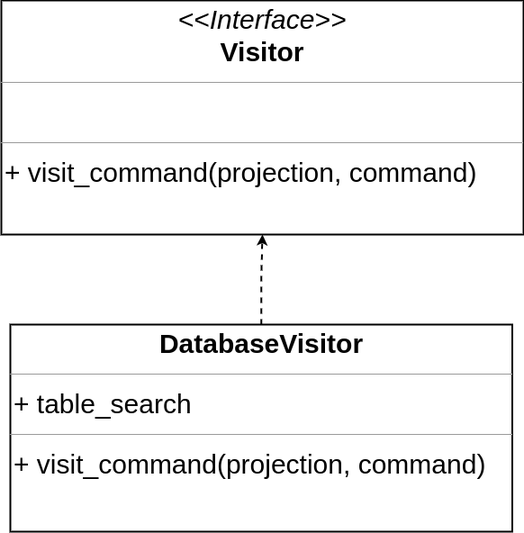
Earlier version of the draw.io export docs/visitor_architecture.png (BrizaMel/MAC0332). Source tidied: cells renumbered, new cells last; positions are measured from the earlier drawing's top-left corner, leaving out a move shared by most shapes. Its diagram source:
```xml
<mxGraphModel>
  <root>
    <mxCell id="0" />
    <mxCell id="1" parent="0" />
    <mxCell id="2" value="&lt;p style=&quot;margin: 4px 0px 0px; text-align: center; font-size: 30px;&quot;&gt;&lt;font style=&quot;font-size: 30px;&quot;&gt;&lt;i style=&quot;&quot;&gt;&amp;lt;&amp;lt;Interface&amp;gt;&amp;gt;&lt;/i&gt;&lt;br&gt;&lt;b&gt;Visitor&lt;/b&gt;&lt;/font&gt;&lt;/p&gt;&lt;hr style=&quot;font-size: 30px;&quot; size=&quot;1&quot;&gt;&lt;p style=&quot;margin: 0px 0px 0px 4px; font-size: 30px;&quot;&gt;&lt;font style=&quot;font-size: 30px;&quot;&gt;&lt;br&gt;&lt;/font&gt;&lt;/p&gt;&lt;hr style=&quot;font-size: 30px;&quot; size=&quot;1&quot;&gt;&lt;p style=&quot;margin: 0px 0px 0px 4px; font-size: 30px;&quot;&gt;+ visit_command(projection, command)&lt;/p&gt;" style="verticalAlign=top;align=left;overflow=fill;fontSize=12;fontFamily=Helvetica;html=1;whiteSpace=wrap;strokeWidth=2;" parent="1" vertex="1">
      <mxGeometry width="580" height="260" as="geometry" />
    </mxCell>
    <mxCell id="3" style="edgeStyle=orthogonalEdgeStyle;rounded=0;jettySize=auto;html=1;exitX=0.5;exitY=0;exitDx=0;exitDy=0;entryX=0.5;entryY=1;entryDx=0;entryDy=0;dashed=1;strokeWidth=2;" parent="1" edge="1" source="4" target="2">
      <mxGeometry relative="1" as="geometry" />
    </mxCell>
    <mxCell id="4" value="&lt;p style=&quot;margin: 4px 0px 0px; text-align: center; font-size: 30px;&quot;&gt;&lt;b&gt;DatabaseVisitor&lt;/b&gt;&lt;/p&gt;&lt;hr style=&quot;font-size: 30px;&quot; size=&quot;1&quot;&gt;&lt;p style=&quot;margin: 0px 0px 0px 4px; font-size: 30px;&quot;&gt;+ table_search&lt;/p&gt;&lt;hr style=&quot;font-size: 30px;&quot; size=&quot;1&quot;&gt;&lt;p style=&quot;border-color: var(--border-color); margin: 0px 0px 0px 4px; font-size: 30px;&quot;&gt;+ visit_command(projection, command)&lt;br&gt;&lt;/p&gt;" style="verticalAlign=top;align=left;overflow=fill;fontSize=12;fontFamily=Helvetica;html=1;whiteSpace=wrap;strokeWidth=2;" parent="1" vertex="1">
      <mxGeometry x="10" y="360" width="557.5" height="230" as="geometry" />
    </mxCell>
  </root>
</mxGraphModel>
```
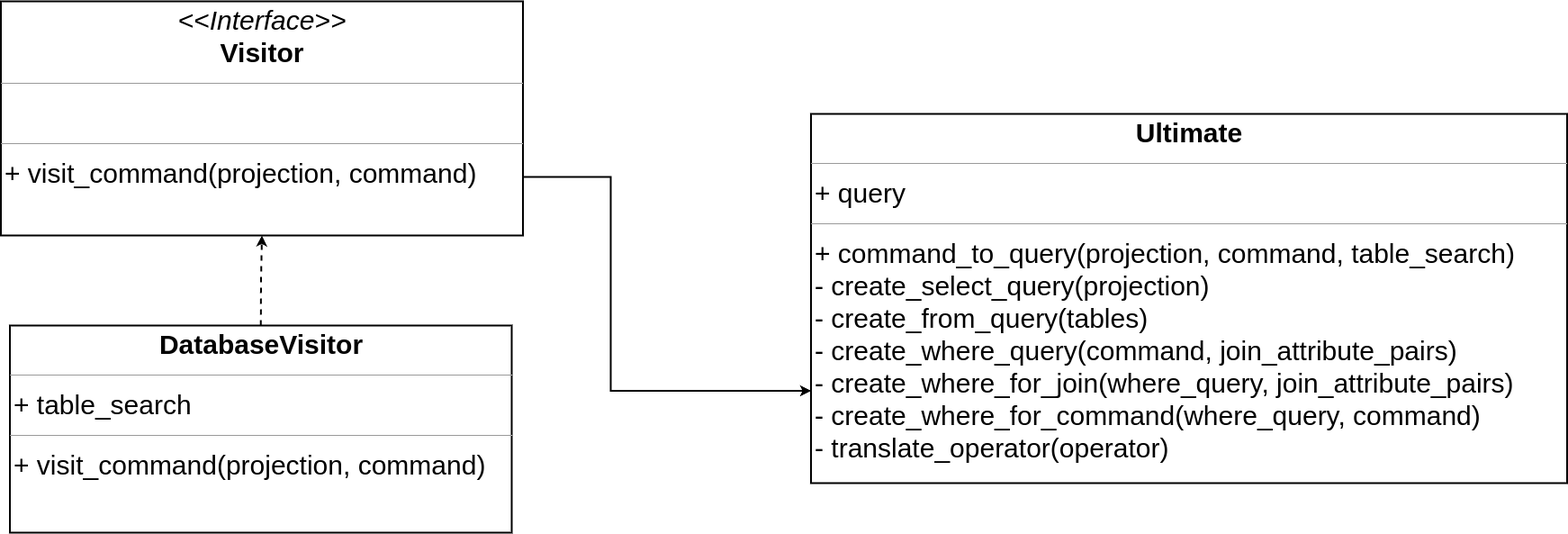
Later version of the same file.

What changed in the source:
```diff
@@ -2,14 +2,25 @@
   <root>
     <mxCell id="0" />
     <mxCell id="1" parent="0" />
-    <mxCell id="2" value="&lt;p style=&quot;margin: 4px 0px 0px; text-align: center; font-size: 30px;&quot;&gt;&lt;font style=&quot;font-size: 30px;&quot;&gt;&lt;i style=&quot;&quot;&gt;&amp;lt;&amp;lt;Interface&amp;gt;&amp;gt;&lt;/i&gt;&lt;br&gt;&lt;b&gt;Visitor&lt;/b&gt;&lt;/font&gt;&lt;/p&gt;&lt;hr style=&quot;font-size: 30px;&quot; size=&quot;1&quot;&gt;&lt;p style=&quot;margin: 0px 0px 0px 4px; font-size: 30px;&quot;&gt;&lt;font style=&quot;font-size: 30px;&quot;&gt;&lt;br&gt;&lt;/font&gt;&lt;/p&gt;&lt;hr style=&quot;font-size: 30px;&quot; size=&quot;1&quot;&gt;&lt;p style=&quot;margin: 0px 0px 0px 4px; font-size: 30px;&quot;&gt;+ visit_command(projection, command)&lt;/p&gt;" style="verticalAlign=top;align=left;overflow=fill;fontSize=12;fontFamily=Helvetica;html=1;whiteSpace=wrap;strokeWidth=2;" parent="1" vertex="1">
-      <mxGeometry width="580" height="260" as="geometry" />
+    <mxCell id="2" style="edgeStyle=orthogonalEdgeStyle;rounded=0;jettySize=auto;html=1;exitX=1;exitY=0.75;exitDx=0;exitDy=0;entryX=0;entryY=0.75;entryDx=0;entryDy=0;strokeWidth=2;" parent="1" edge="1" source="3" target="6">
+      <mxGeometry relative="1" as="geometry">
+        <Array as="points">
+          <mxPoint x="1785" y="630" />
+          <mxPoint x="1785" y="868" />
+        </Array>
+      </mxGeometry>
     </mxCell>
-    <mxCell id="3" style="edgeStyle=orthogonalEdgeStyle;rounded=0;jettySize=auto;html=1;exitX=0.5;exitY=0;exitDx=0;exitDy=0;entryX=0.5;entryY=1;entryDx=0;entryDy=0;dashed=1;strokeWidth=2;" parent="1" edge="1" source="4" target="2">
-      <mxGeometry relative="1" as="geometry" />
+    <mxCell id="3" value="&lt;p style=&quot;margin: 4px 0px 0px; text-align: center; font-size: 30px;&quot;&gt;&lt;font style=&quot;font-size: 30px;&quot;&gt;&lt;i style=&quot;&quot;&gt;&amp;lt;&amp;lt;Interface&amp;gt;&amp;gt;&lt;/i&gt;&lt;br&gt;&lt;b&gt;Visitor&lt;/b&gt;&lt;/font&gt;&lt;/p&gt;&lt;hr style=&quot;font-size: 30px;&quot; size=&quot;1&quot;&gt;&lt;p style=&quot;margin: 0px 0px 0px 4px; font-size: 30px;&quot;&gt;&lt;font style=&quot;font-size: 30px;&quot;&gt;&lt;br&gt;&lt;/font&gt;&lt;/p&gt;&lt;hr style=&quot;font-size: 30px;&quot; size=&quot;1&quot;&gt;&lt;p style=&quot;margin: 0px 0px 0px 4px; font-size: 30px;&quot;&gt;+ visit_command(projection, command)&lt;/p&gt;" style="verticalAlign=top;align=left;overflow=fill;fontSize=12;fontFamily=Helvetica;html=1;whiteSpace=wrap;strokeWidth=2;" parent="1" vertex="1">
+      <mxGeometry x="1107.5" y="435" width="580" height="260" as="geometry" />
     </mxCell>
-    <mxCell id="4" value="&lt;p style=&quot;margin: 4px 0px 0px; text-align: center; font-size: 30px;&quot;&gt;&lt;b&gt;DatabaseVisitor&lt;/b&gt;&lt;/p&gt;&lt;hr style=&quot;font-size: 30px;&quot; size=&quot;1&quot;&gt;&lt;p style=&quot;margin: 0px 0px 0px 4px; font-size: 30px;&quot;&gt;+ table_search&lt;/p&gt;&lt;hr style=&quot;font-size: 30px;&quot; size=&quot;1&quot;&gt;&lt;p style=&quot;border-color: var(--border-color); margin: 0px 0px 0px 4px; font-size: 30px;&quot;&gt;+ visit_command(projection, command)&lt;br&gt;&lt;/p&gt;" style="verticalAlign=top;align=left;overflow=fill;fontSize=12;fontFamily=Helvetica;html=1;whiteSpace=wrap;strokeWidth=2;" parent="1" vertex="1">
-      <mxGeometry x="10" y="360" width="557.5" height="230" as="geometry" />
+    <mxCell id="4" style="edgeStyle=orthogonalEdgeStyle;rounded=0;jettySize=auto;html=1;exitX=0.5;exitY=0;exitDx=0;exitDy=0;entryX=0.5;entryY=1;entryDx=0;entryDy=0;dashed=1;strokeWidth=2;" parent="1" edge="1" source="5" target="3">
+      <mxGeometry relative="1" as="geometry" />
     </mxCell>
+    <mxCell id="5" value="&lt;p style=&quot;margin: 4px 0px 0px; text-align: center; font-size: 30px;&quot;&gt;&lt;b&gt;DatabaseVisitor&lt;/b&gt;&lt;/p&gt;&lt;hr style=&quot;font-size: 30px;&quot; size=&quot;1&quot;&gt;&lt;p style=&quot;margin: 0px 0px 0px 4px; font-size: 30px;&quot;&gt;+ table_search&lt;/p&gt;&lt;hr style=&quot;font-size: 30px;&quot; size=&quot;1&quot;&gt;&lt;p style=&quot;border-color: var(--border-color); margin: 0px 0px 0px 4px; font-size: 30px;&quot;&gt;+ visit_command(projection, command)&lt;br&gt;&lt;/p&gt;" style="verticalAlign=top;align=left;overflow=fill;fontSize=12;fontFamily=Helvetica;html=1;whiteSpace=wrap;strokeWidth=2;" parent="1" vertex="1">
+      <mxGeometry x="1117.5" y="795" width="557.5" height="230" as="geometry" />
+    </mxCell>
+    <mxCell id="6" value="&lt;p style=&quot;margin: 4px 0px 0px; text-align: center; font-size: 30px;&quot;&gt;&lt;b&gt;Ultimate&lt;/b&gt;&lt;/p&gt;&lt;hr style=&quot;font-size: 30px;&quot; size=&quot;1&quot;&gt;&lt;p style=&quot;border-color: var(--border-color); margin: 0px 0px 0px 4px; font-size: 30px;&quot;&gt;&lt;font style=&quot;border-color: var(--border-color);&quot;&gt;+ query&lt;/font&gt;&lt;/p&gt;&lt;hr style=&quot;font-size: 30px;&quot; size=&quot;1&quot;&gt;&lt;p style=&quot;margin: 0px 0px 0px 4px; font-size: 30px;&quot;&gt;+ command_to_query(projection, command, table_search)&lt;br&gt;&lt;/p&gt;&lt;p style=&quot;margin: 0px 0px 0px 4px; font-size: 30px;&quot;&gt;- create_select_query(projection)&lt;/p&gt;&lt;p style=&quot;margin: 0px 0px 0px 4px; font-size: 30px;&quot;&gt;- create_from_query(tables)&lt;/p&gt;&lt;p style=&quot;margin: 0px 0px 0px 4px; font-size: 30px;&quot;&gt;- create_where_query(command, join_attribute_pairs)&lt;/p&gt;&lt;p style=&quot;margin: 0px 0px 0px 4px; font-size: 30px;&quot;&gt;- create_where_for_join(where_query, join_attribute_pairs)&lt;/p&gt;&lt;p style=&quot;margin: 0px 0px 0px 4px; font-size: 30px;&quot;&gt;- create_where_for_command(where_query, command)&lt;/p&gt;&lt;p style=&quot;margin: 0px 0px 0px 4px; font-size: 30px;&quot;&gt;- translate_operator(operator)&lt;/p&gt;" style="verticalAlign=top;align=left;overflow=fill;fontSize=12;fontFamily=Helvetica;html=1;whiteSpace=wrap;strokeWidth=2;" parent="1" vertex="1">
+      <mxGeometry x="2007.5" y="560" width="840" height="410" as="geometry" />
+    </mxCell>
   </root>
 </mxGraphModel>
```
